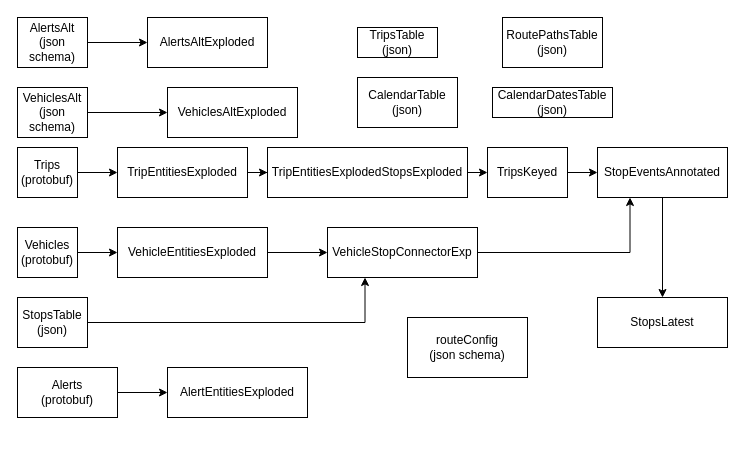
The draw.io diagram Documentation/Models/transportation_hub.drawio in ResourceDataInc/TransportationHub, before the edit. Source tidied: cells renumbered, new cells numbered last; positions are measured from the earlier drawing's top-left corner, leaving out a move shared by most shapes. Both pictures are drawn from the tidied source at 100%, with x=0, y=0 at pixel (17, 17).
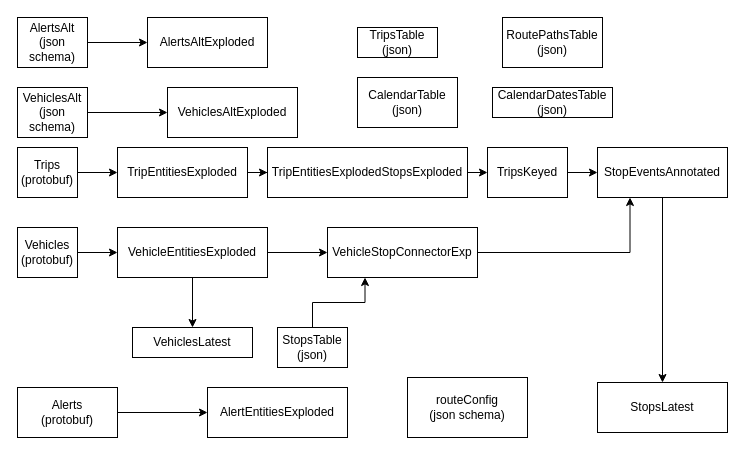
The same diagram, later.

Commit message (it also covers changes not shown here):
update the table flow

Unchanged cells that the change refers to:
```xml
<mxCell id="11" value="VehicleEntitiesExploded" style="rounded=0;whiteSpace=wrap;html=1;" parent="1" vertex="1">
  <mxGeometry x="100" y="210" width="150" height="50" as="geometry" />
</mxCell>
<mxCell id="15" value="VehicleStopConnectorExp" style="rounded=0;whiteSpace=wrap;html=1;" parent="1" vertex="1">
  <mxGeometry x="310" y="210" width="150" height="50" as="geometry" />
</mxCell>
```

What changed in the source:
```diff
@@
+    <mxCell id="35" style="edgeStyle=orthogonalEdgeStyle;rounded=0;jettySize=auto;html=1;exitX=0.5;exitY=1;exitDx=0;exitDy=0;entryX=0.5;entryY=0;entryDx=0;entryDy=0;" parent="1" edge="1" source="11" target="36">
+      <mxGeometry relative="1" as="geometry" />
+    </mxCell>
@@
-    <mxCell id="12" style="edgeStyle=orthogonalEdgeStyle;rounded=0;jettySize=auto;html=1;exitX=1;exitY=0.5;exitDx=0;exitDy=0;entryX=0.25;entryY=1;entryDx=0;entryDy=0;" parent="1" edge="1" source="13" target="15">
+    <mxCell id="12" style="edgeStyle=orthogonalEdgeStyle;rounded=0;jettySize=auto;html=1;exitX=0.5;exitY=0;exitDx=0;exitDy=0;entryX=0.25;entryY=1;entryDx=0;entryDy=0;" parent="1" edge="1" source="13" target="15">
       <mxGeometry relative="1" as="geometry" />
     </mxCell>
     <mxCell id="13" value="StopsTable&lt;br&gt;(json)" style="rounded=0;whiteSpace=wrap;html=1;" parent="1" vertex="1">
-      <mxGeometry y="280" width="70" height="50" as="geometry" />
+      <mxGeometry x="260" y="310" width="70" height="40" as="geometry" />
     </mxCell>
@@
     <mxCell id="19" value="Alerts&lt;br&gt;(protobuf)" style="rounded=0;whiteSpace=wrap;html=1;" parent="1" vertex="1">
-      <mxGeometry y="350" width="100" height="50" as="geometry" />
+      <mxGeometry y="370" width="100" height="50" as="geometry" />
     </mxCell>
     <mxCell id="20" value="AlertEntitiesExploded" style="rounded=0;whiteSpace=wrap;html=1;" parent="1" vertex="1">
-      <mxGeometry x="150" y="350" width="140" height="50" as="geometry" />
+      <mxGeometry x="190" y="370" width="140" height="50" as="geometry" />
     </mxCell>
@@
     <mxCell id="30" value="StopsLatest" style="rounded=0;whiteSpace=wrap;html=1;" parent="1" vertex="1">
-      <mxGeometry x="580" y="280" width="130" height="50" as="geometry" />
+      <mxGeometry x="580" y="365" width="130" height="50" as="geometry" />
     </mxCell>
@@
     <mxCell id="34" value="routeConfig&lt;br&gt;(json schema)" style="rounded=0;whiteSpace=wrap;html=1;" parent="1" vertex="1">
-      <mxGeometry x="390" y="300" width="120" height="60" as="geometry" />
+      <mxGeometry x="390" y="360" width="120" height="60" as="geometry" />
     </mxCell>
+    <mxCell id="36" value="VehiclesLatest" style="rounded=0;whiteSpace=wrap;html=1;" parent="1" vertex="1">
+      <mxGeometry x="115" y="310" width="120" height="30" as="geometry" />
+    </mxCell>
```
